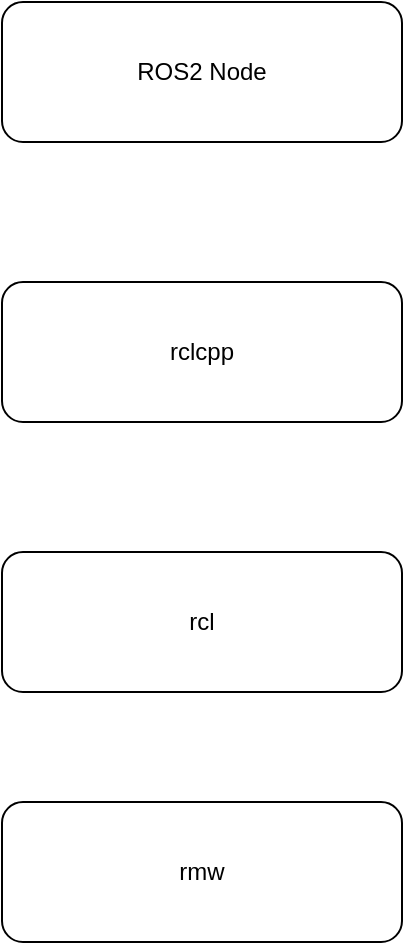
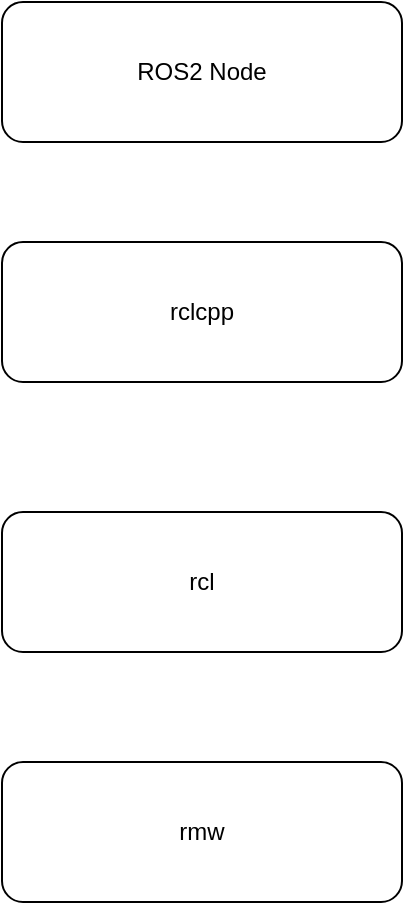
<mxfile host="app.diagrams.net">
  <diagram name="第 1 页" id="_2lEX-sws0WeVsrUzEHx">
    <mxGraphModel dx="1178" dy="659" grid="1" gridSize="10" guides="1" tooltips="1" connect="1" arrows="1" fold="1" page="1" pageScale="1" pageWidth="827" pageHeight="1169" math="0" shadow="0">
      <root>
        <mxCell id="0" />
        <mxCell id="1" parent="0" />
        <mxCell id="CdBaPtaR014crQh5ZqR6-1" parent="1" style="rounded=1;whiteSpace=wrap;html=1;" value="ROS2 Node" vertex="1">
-           <mxGeometry height="70" width="200" x="280" y="240" as="geometry" />
+           <mxGeometry height="70" width="200" x="280" y="260" as="geometry" />
        </mxCell>
        <mxCell id="CdBaPtaR014crQh5ZqR6-2" parent="1" style="rounded=1;whiteSpace=wrap;html=1;" value="rclcpp" vertex="1">
          <mxGeometry height="70" width="200" x="280" y="380" as="geometry" />
        </mxCell>
        <mxCell id="CdBaPtaR014crQh5ZqR6-3" parent="1" style="rounded=1;whiteSpace=wrap;html=1;" value="rcl" vertex="1">
          <mxGeometry height="70" width="200" x="280" y="515" as="geometry" />
        </mxCell>
        <mxCell id="CdBaPtaR014crQh5ZqR6-4" parent="1" style="rounded=1;whiteSpace=wrap;html=1;" value="rmw" vertex="1">
          <mxGeometry height="70" width="200" x="280" y="640" as="geometry" />
        </mxCell>
      </root>
    </mxGraphModel>
  </diagram>
</mxfile>
